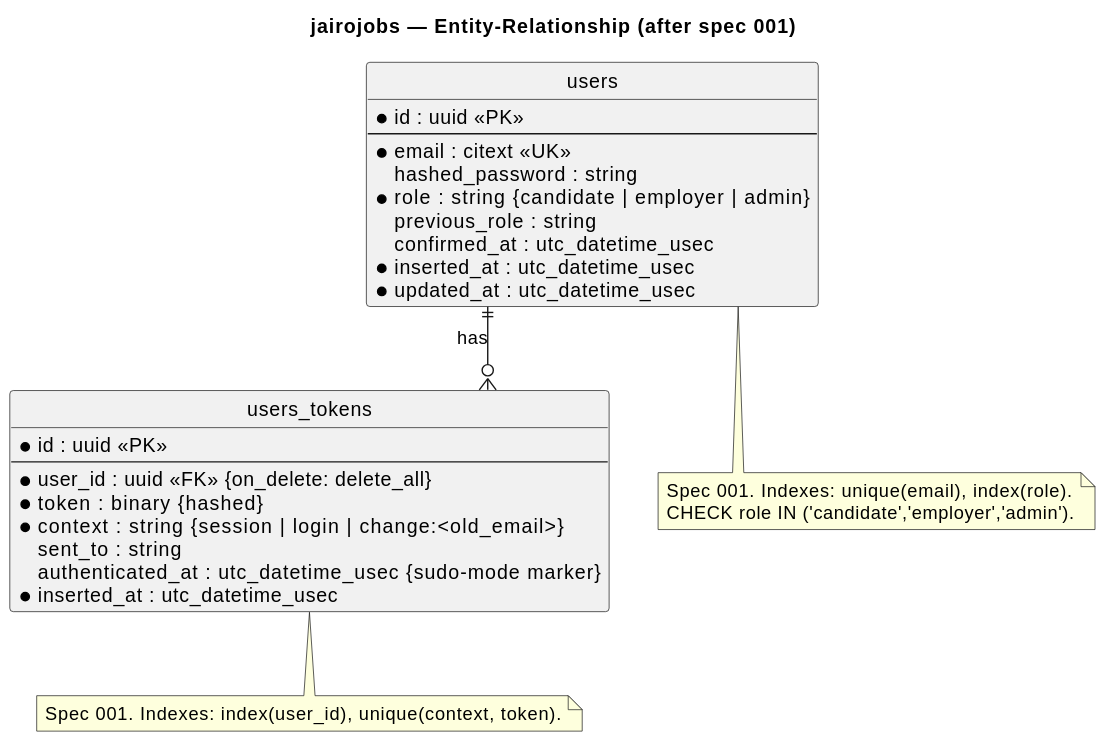
Before: docs/architecture/diagrams/out/erd-jairojobs.svg, a diagram exported from PlantUML (raseniero/jairojobs-elixir).
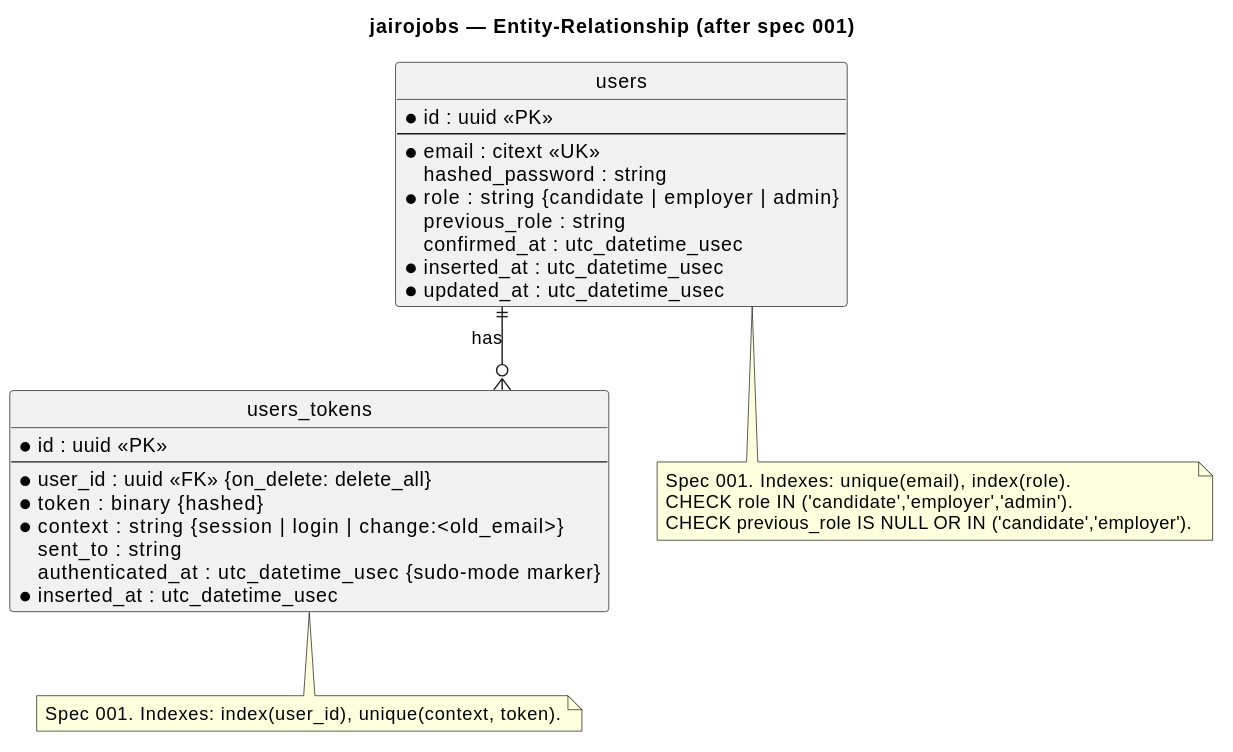
The same file after the commit.

Change to the diagram source:
```diff
@@ -33,6 +33,7 @@
 note bottom of users
   Spec 001. Indexes: unique(email), index(role).
   CHECK role IN ('candidate','employer','admin').
+  CHECK previous_role IS NULL OR IN ('candidate','employer').
 end note
 
 note bottom of users_tokens
```
